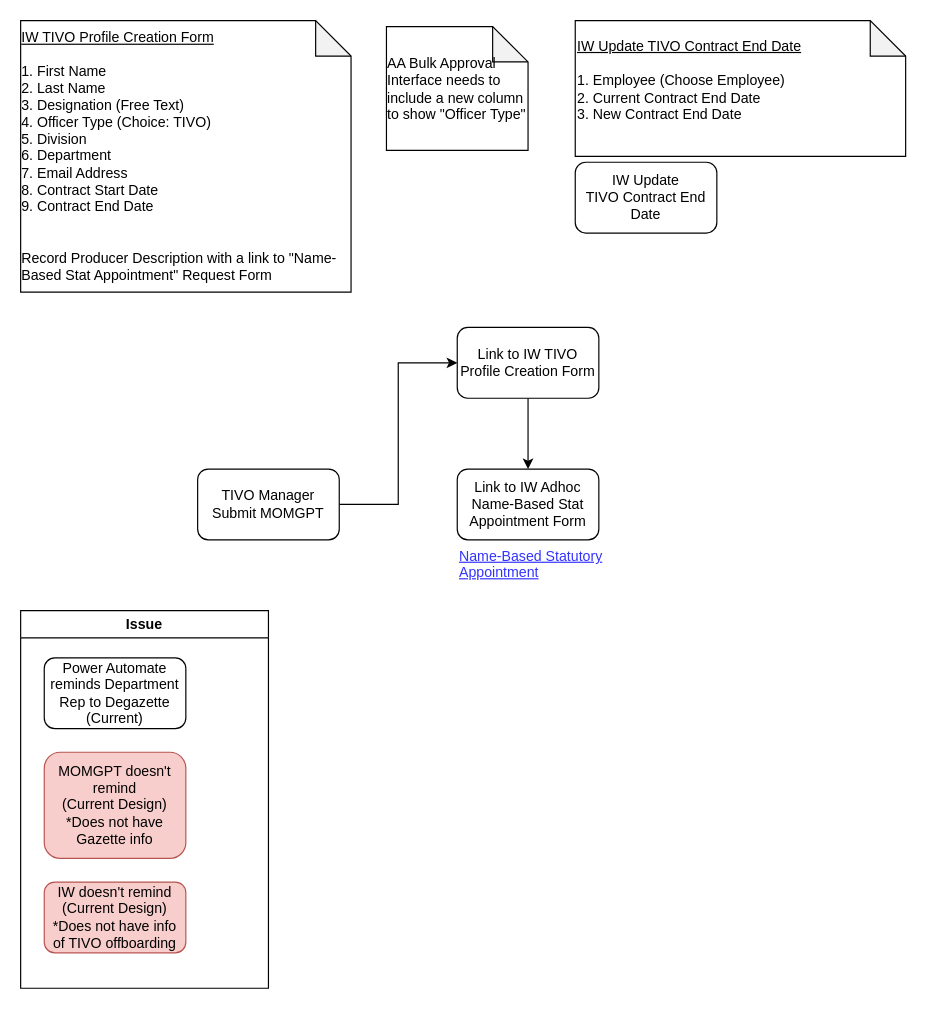
Above: TIVO Profile Onboard & Update.drawio in wcquek/EnableFujitsu (draw.io), before the change. Source tidied: cells renumbered, new cells numbered last; positions are measured from the earlier drawing's top-left corner, leaving out a move shared by most shapes. Both pictures are drawn from the tidied source at 118%, with x=0, y=0 at pixel (20, 20).
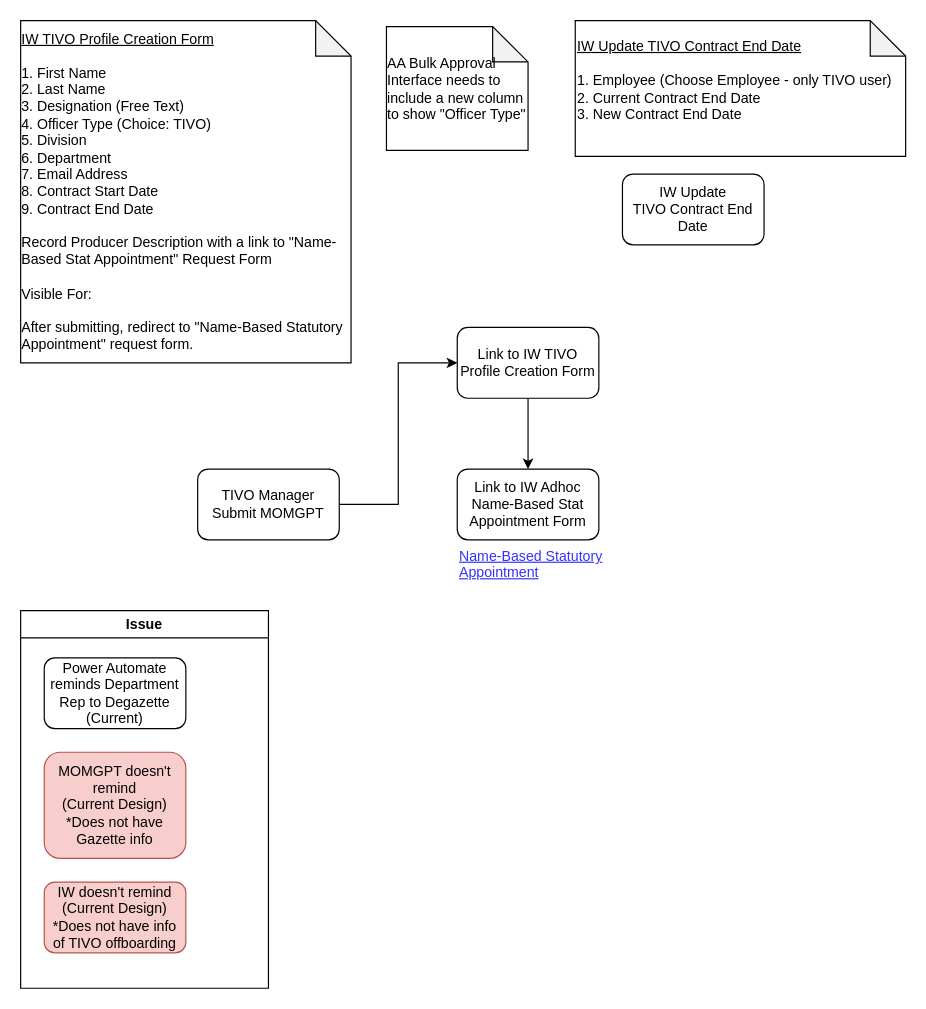
Above is the later version.

Change to the diagram source:
```diff
@@
 <mxGraphModel>
   <root>
     <mxCell id="0" />
     <mxCell id="1" parent="0" />
-    <mxCell id="2" value="&lt;div style=&quot;&quot;&gt;&lt;span style=&quot;&quot;&gt;&lt;u&gt;IW Update TIVO Contract End Date&lt;/u&gt;&lt;/span&gt;&lt;/div&gt;&lt;div style=&quot;&quot;&gt;&lt;u&gt;&lt;br&gt;&lt;/u&gt;&lt;/div&gt;&lt;div style=&quot;&quot;&gt;1. Employee (Choose Employee)&lt;/div&gt;&lt;div style=&quot;&quot;&gt;2. Current Contract End Date&lt;/div&gt;&lt;div style=&quot;&quot;&gt;3. New Contract End Date&lt;/div&gt;&lt;div style=&quot;&quot;&gt;&lt;br&gt;&lt;/div&gt;" style="shape=note;whiteSpace=wrap;html=1;backgroundOutline=1;darkOpacity=0.05;align=left;" parent="1" vertex="1">
+    <mxCell id="2" value="&lt;div style=&quot;&quot;&gt;&lt;span style=&quot;&quot;&gt;&lt;u&gt;IW Update TIVO Contract End Date&lt;/u&gt;&lt;/span&gt;&lt;/div&gt;&lt;div style=&quot;&quot;&gt;&lt;u&gt;&lt;br&gt;&lt;/u&gt;&lt;/div&gt;&lt;div style=&quot;&quot;&gt;1. Employee (Choose Employee - only TIVO user)&lt;/div&gt;&lt;div style=&quot;&quot;&gt;2. Current Contract End Date&lt;/div&gt;&lt;div style=&quot;&quot;&gt;3. New Contract End Date&lt;/div&gt;&lt;div style=&quot;&quot;&gt;&lt;br&gt;&lt;/div&gt;" style="shape=note;whiteSpace=wrap;html=1;backgroundOutline=1;darkOpacity=0.05;align=left;" parent="1" vertex="1">
       <mxGeometry x="470" width="280" height="115" as="geometry" />
     </mxCell>
     <mxCell id="3" style="edgeStyle=orthogonalEdgeStyle;rounded=0;jettySize=auto;html=1;exitX=1;exitY=0.5;exitDx=0;exitDy=0;entryX=0;entryY=0.5;entryDx=0;entryDy=0;defaultLabelBackgroundColor=page;labelPadding=0 4;" parent="1" edge="1" source="4" target="7">
       <mxGeometry relative="1" as="geometry" />
     </mxCell>
     <mxCell id="4" value="TIVO Manager Submit MOMGPT" style="rounded=1;whiteSpace=wrap;html=1;roundedPerimeter=1;" parent="1" vertex="1">
       <mxGeometry x="150" y="380" width="120" height="60" as="geometry" />
     </mxCell>
     <mxCell id="5" value="Link to IW Adhoc Name-Based Stat Appointment Form" style="rounded=1;whiteSpace=wrap;html=1;roundedPerimeter=1;" parent="1" vertex="1">
       <mxGeometry x="370" y="380" width="120" height="60" as="geometry" />
     </mxCell>
     <mxCell id="6" style="edgeStyle=orthogonalEdgeStyle;rounded=0;jettySize=auto;html=1;defaultLabelBackgroundColor=page;labelPadding=0 4;" parent="1" edge="1" source="7" target="5">
       <mxGeometry relative="1" as="geometry" />
     </mxCell>
     <mxCell id="7" value="Link to IW TIVO Profile Creation Form" style="rounded=1;whiteSpace=wrap;html=1;roundedPerimeter=1;" parent="1" vertex="1">
       <mxGeometry x="370" y="260" width="120" height="60" as="geometry" />
     </mxCell>
-    <mxCell id="8" value="&lt;div style=&quot;text-align: left;&quot;&gt;&lt;u style=&quot;background-color: transparent; color: light-dark(#000000, var(--ge-light-color, #ffffff));&quot;&gt;IW TIVO Profile Creation Form&lt;/u&gt;&lt;/div&gt;&lt;div style=&quot;text-align: left;&quot;&gt;&lt;u&gt;&lt;br&gt;&lt;/u&gt;&lt;/div&gt;&lt;div style=&quot;text-align: left;&quot;&gt;1. First Name&lt;/div&gt;&lt;div style=&quot;text-align: left;&quot;&gt;2. Last Name&lt;/div&gt;&lt;div style=&quot;text-align: left;&quot;&gt;3. Designation (Free Text)&lt;/div&gt;&lt;div style=&quot;text-align: left;&quot;&gt;4. Officer Type (Choice: TIVO)&lt;/div&gt;&lt;div style=&quot;text-align: left;&quot;&gt;5. Division&lt;/div&gt;&lt;div style=&quot;text-align: left;&quot;&gt;6. Department&lt;/div&gt;&lt;div style=&quot;text-align: left;&quot;&gt;7. Email Address&lt;br&gt;&lt;/div&gt;&lt;div style=&quot;text-align: left;&quot;&gt;8. Contract Start Date&lt;/div&gt;&lt;div style=&quot;text-align: left;&quot;&gt;9. Contract End Date&lt;/div&gt;&lt;div style=&quot;text-align: left;&quot;&gt;&lt;br&gt;&lt;/div&gt;&lt;div style=&quot;text-align: left;&quot;&gt;&lt;br&gt;&lt;/div&gt;&lt;div style=&quot;text-align: left;&quot;&gt;Record Producer Description with a link to &quot;Name-Based Stat Appointment&quot; Request Form&lt;/div&gt;" style="shape=note;whiteSpace=wrap;html=1;backgroundOutline=1;darkOpacity=0.05;" parent="1" vertex="1">
-      <mxGeometry width="280" height="230" as="geometry" />
+    <mxCell id="8" value="&lt;div style=&quot;text-align: left;&quot;&gt;&lt;u style=&quot;background-color: transparent; color: light-dark(#000000, var(--ge-light-color, #ffffff));&quot;&gt;IW TIVO Profile Creation Form&lt;/u&gt;&lt;/div&gt;&lt;div style=&quot;text-align: left;&quot;&gt;&lt;u&gt;&lt;br&gt;&lt;/u&gt;&lt;/div&gt;&lt;div style=&quot;text-align: left;&quot;&gt;1. First Name&lt;/div&gt;&lt;div style=&quot;text-align: left;&quot;&gt;2. Last Name&lt;/div&gt;&lt;div style=&quot;text-align: left;&quot;&gt;3. Designation (Free Text)&lt;/div&gt;&lt;div style=&quot;text-align: left;&quot;&gt;4. Officer Type (Choice: TIVO)&lt;/div&gt;&lt;div style=&quot;text-align: left;&quot;&gt;5. Division&lt;/div&gt;&lt;div style=&quot;text-align: left;&quot;&gt;6. Department&lt;/div&gt;&lt;div style=&quot;text-align: left;&quot;&gt;7. Email Address&lt;br&gt;&lt;/div&gt;&lt;div style=&quot;text-align: left;&quot;&gt;8. Contract Start Date&lt;/div&gt;&lt;div style=&quot;text-align: left;&quot;&gt;9. Contract End Date&lt;/div&gt;&lt;div style=&quot;text-align: left;&quot;&gt;&lt;br&gt;&lt;/div&gt;&lt;div style=&quot;text-align: left;&quot;&gt;Record Producer Description with a link to &quot;Name-Based Stat Appointment&quot; Request Form&lt;/div&gt;&lt;div style=&quot;text-align: left;&quot;&gt;&lt;br&gt;&lt;/div&gt;&lt;div style=&quot;text-align: left;&quot;&gt;Visible For:&lt;/div&gt;&lt;div style=&quot;text-align: left;&quot;&gt;&lt;br&gt;&lt;/div&gt;&lt;div style=&quot;text-align: left;&quot;&gt;After submitting, redirect to &quot;Name-Based Statutory Appointment&quot; request form.&lt;/div&gt;" style="shape=note;whiteSpace=wrap;html=1;backgroundOutline=1;darkOpacity=0.05;" parent="1" vertex="1">
+      <mxGeometry width="280" height="290" as="geometry" />
     </mxCell>
     <mxCell id="9" value="Issue" style="swimlane;whiteSpace=wrap;html=1;" parent="1" vertex="1">
       <mxGeometry y="500" width="210" height="320" as="geometry" />
     </mxCell>
     <mxCell id="10" value="Power Automate reminds Department Rep to Degazette (Current)" style="rounded=1;whiteSpace=wrap;html=1;roundedPerimeter=1;" parent="9" vertex="1">
       <mxGeometry x="20" y="40" width="120" height="60" as="geometry" />
     </mxCell>
     <mxCell id="11" value="MOMGPT doesn't remind &lt;br&gt;(Current Design)&lt;div&gt;*Does not have Gazette info&lt;/div&gt;" style="rounded=1;whiteSpace=wrap;html=1;roundedPerimeter=1;fillColor=#f8cecc;strokeColor=#b85450;" parent="9" vertex="1">
       <mxGeometry x="20" y="120" width="120" height="90" as="geometry" />
     </mxCell>
     <mxCell id="12" value="IW doesn't remind &lt;br&gt;(Current Design)&lt;div&gt;*Does not have info of TIVO offboarding&lt;/div&gt;" style="rounded=1;whiteSpace=wrap;html=1;roundedPerimeter=1;fillColor=#f8cecc;strokeColor=#b85450;" parent="9" vertex="1">
       <mxGeometry x="20" y="230" width="120" height="60" as="geometry" />
     </mxCell>
     <mxCell id="13" value="Name-Based Statutory Appointment" style="text;whiteSpace=wrap;fontStyle=4;fontColor=#3333FF;" parent="1" vertex="1">
       <mxGeometry x="370" y="440" width="130" height="30" as="geometry" />
     </mxCell>
     <mxCell id="14" value="&lt;div style=&quot;text-align: left;&quot;&gt;AA Bulk Approval Interface needs to include a new column to show &quot;Officer Type&quot;&lt;/div&gt;" style="shape=note;whiteSpace=wrap;html=1;backgroundOutline=1;darkOpacity=0.05;" parent="1" vertex="1">
       <mxGeometry x="310" y="5" width="120" height="105" as="geometry" />
     </mxCell>
     <mxCell id="15" value="IW Update TIVO&amp;nbsp;Contract End Date" style="rounded=1;whiteSpace=wrap;html=1;roundedPerimeter=1;" parent="1" vertex="1">
-      <mxGeometry x="470" y="120" width="120" height="60" as="geometry" />
+      <mxGeometry x="510" y="130" width="120" height="60" as="geometry" />
     </mxCell>
   </root>
 </mxGraphModel>
```
